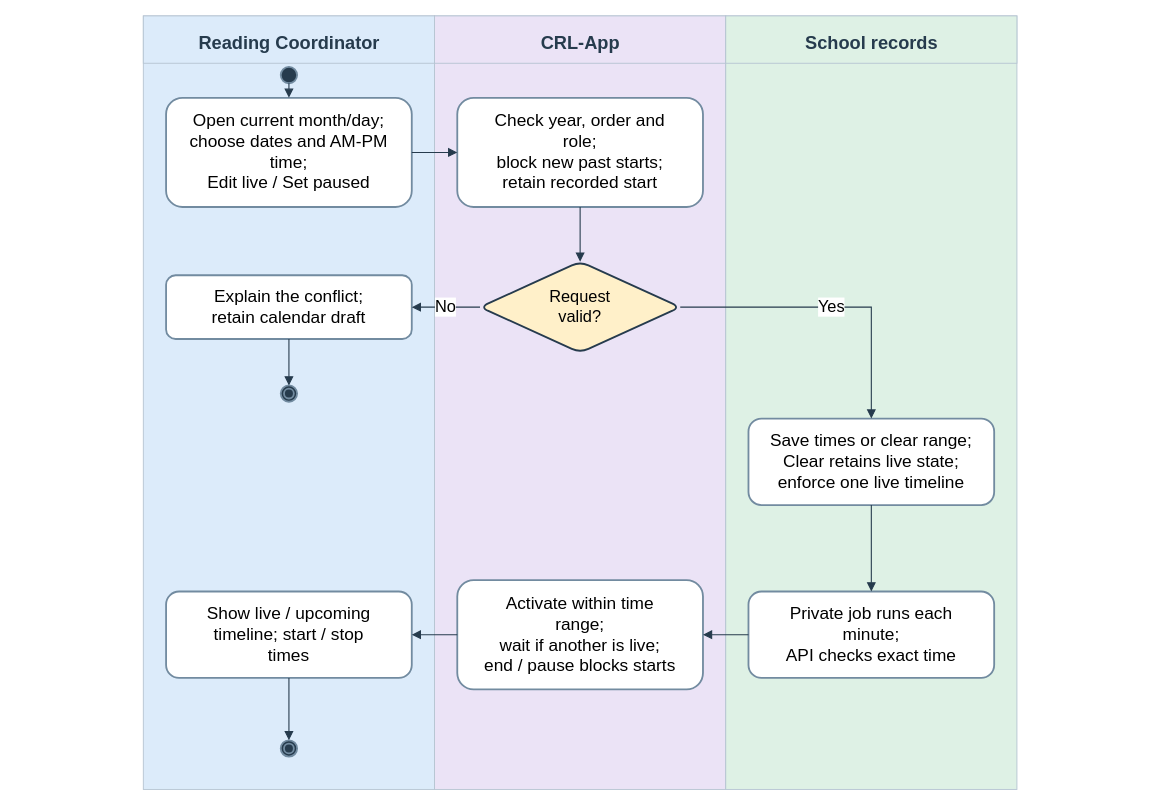
AkuSayangKamuJudaSayang/crl-app keeps this draw.io diagram as docs/diagrams/class-workspaces/figure-15e-timeline-scheduling.drawio. Above is the earlier version. Source tidied: cells renumbered, new cells numbered last; positions are measured from the earlier drawing's top-left corner, leaving out a move shared by most shapes. Both pictures are drawn from the tidied source at 91%, with x=0, y=0 at pixel (15, 15).
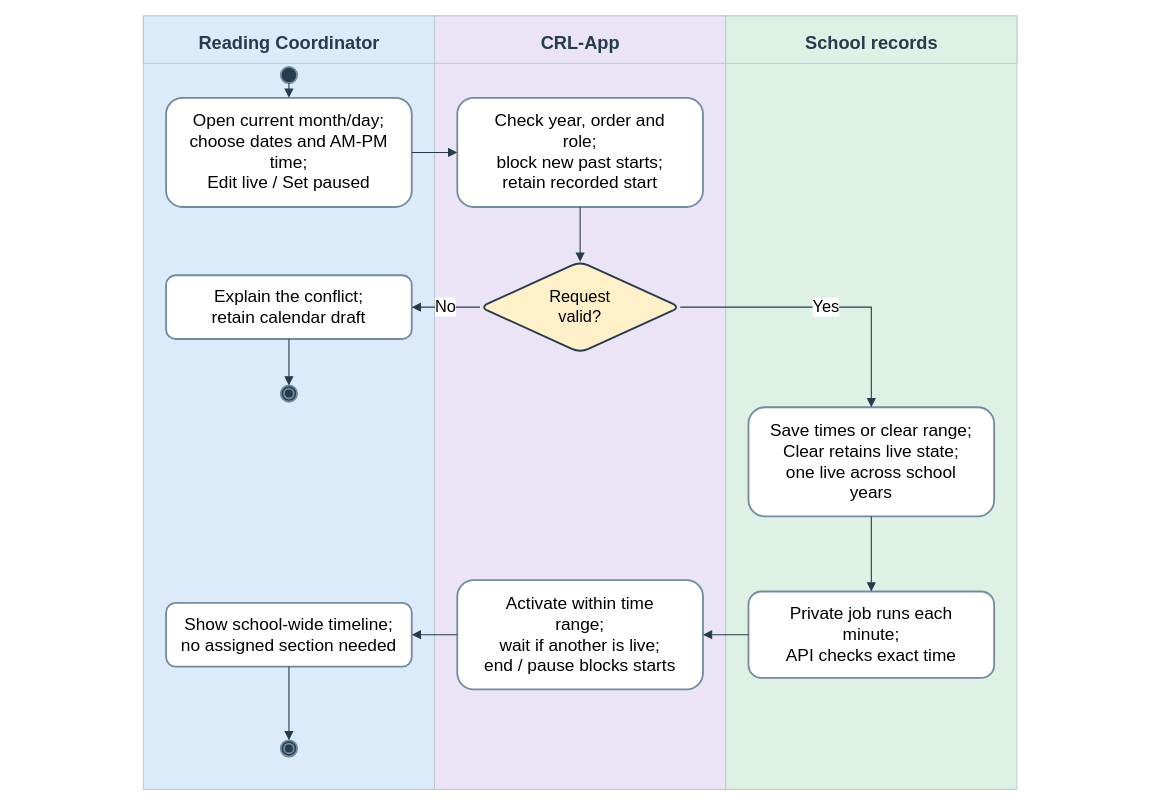
The same diagram, later.

Change to the diagram source:
```diff
@@
-    <mxCell id="17" value="Save times or clear range;&lt;br&gt;Clear retains live state;&lt;br&gt;enforce one live timeline" style="rounded=1;whiteSpace=wrap;html=1;fontFamily=Arial;fillColor=#ffffff;strokeColor=#728ba0;strokeWidth=2;fontSize=19;" parent="1" vertex="1">
-      <mxGeometry x="805" y="442.5" width="270" height="95" as="geometry" />
+    <mxCell id="17" value="Save times or clear range;&lt;br&gt;Clear retains live state;&lt;br&gt;one live across school&lt;br&gt;years" style="rounded=1;whiteSpace=wrap;html=1;fontFamily=Arial;fillColor=#ffffff;strokeColor=#728ba0;strokeWidth=2;fontSize=19;" parent="1" vertex="1">
+      <mxGeometry x="805" y="430" width="270" height="120" as="geometry" />
     </mxCell>
@@
-    <mxCell id="20" value="Show live / upcoming&lt;br&gt;timeline; start / stop&lt;br&gt;times" style="rounded=1;whiteSpace=wrap;html=1;fontFamily=Arial;fillColor=#ffffff;strokeColor=#728ba0;strokeWidth=2;fontSize=19;" parent="1" vertex="1">
-      <mxGeometry x="165" y="632.5" width="270" height="95" as="geometry" />
+    <mxCell id="20" value="Show school-wide timeline;&lt;br&gt;no assigned section needed" style="rounded=1;whiteSpace=wrap;html=1;fontFamily=Arial;fillColor=#ffffff;strokeColor=#728ba0;strokeWidth=2;fontSize=19;" parent="1" vertex="1">
+      <mxGeometry x="165" y="645" width="270" height="70" as="geometry" />
     </mxCell>
```
